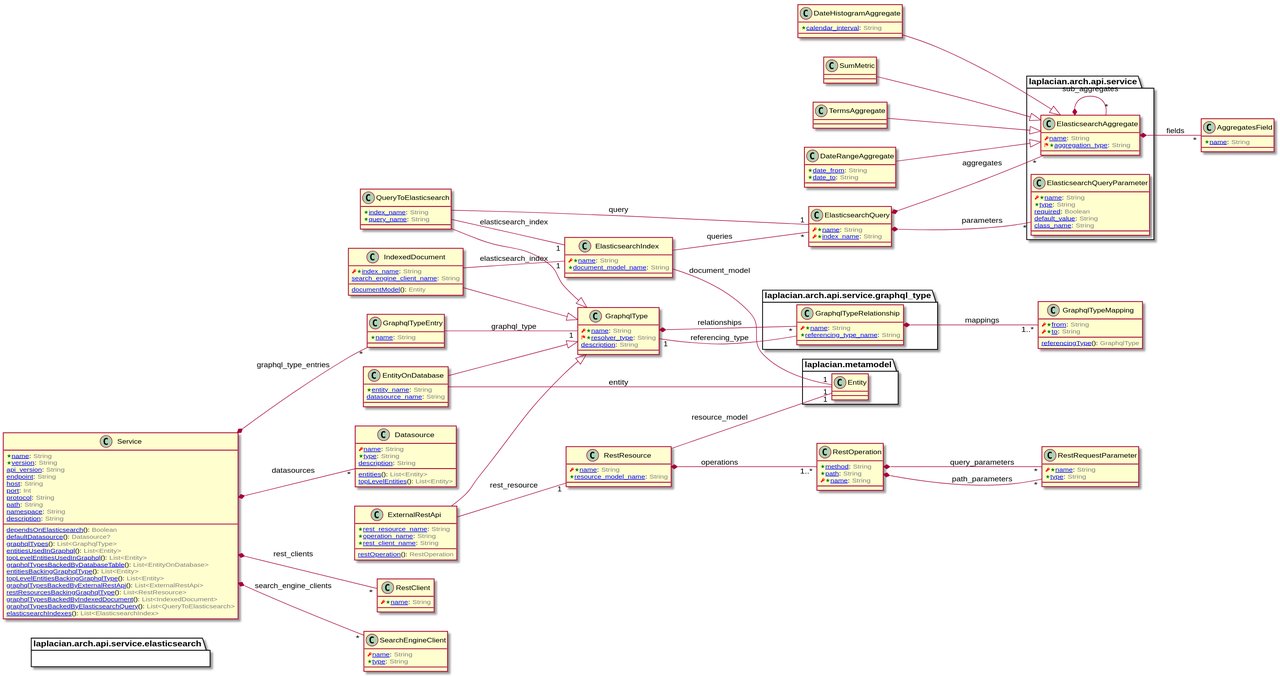
The PlantUML diagram doc/image/model-diagram.svg in laplacian-arch/api-service.domain-model, before a commit.
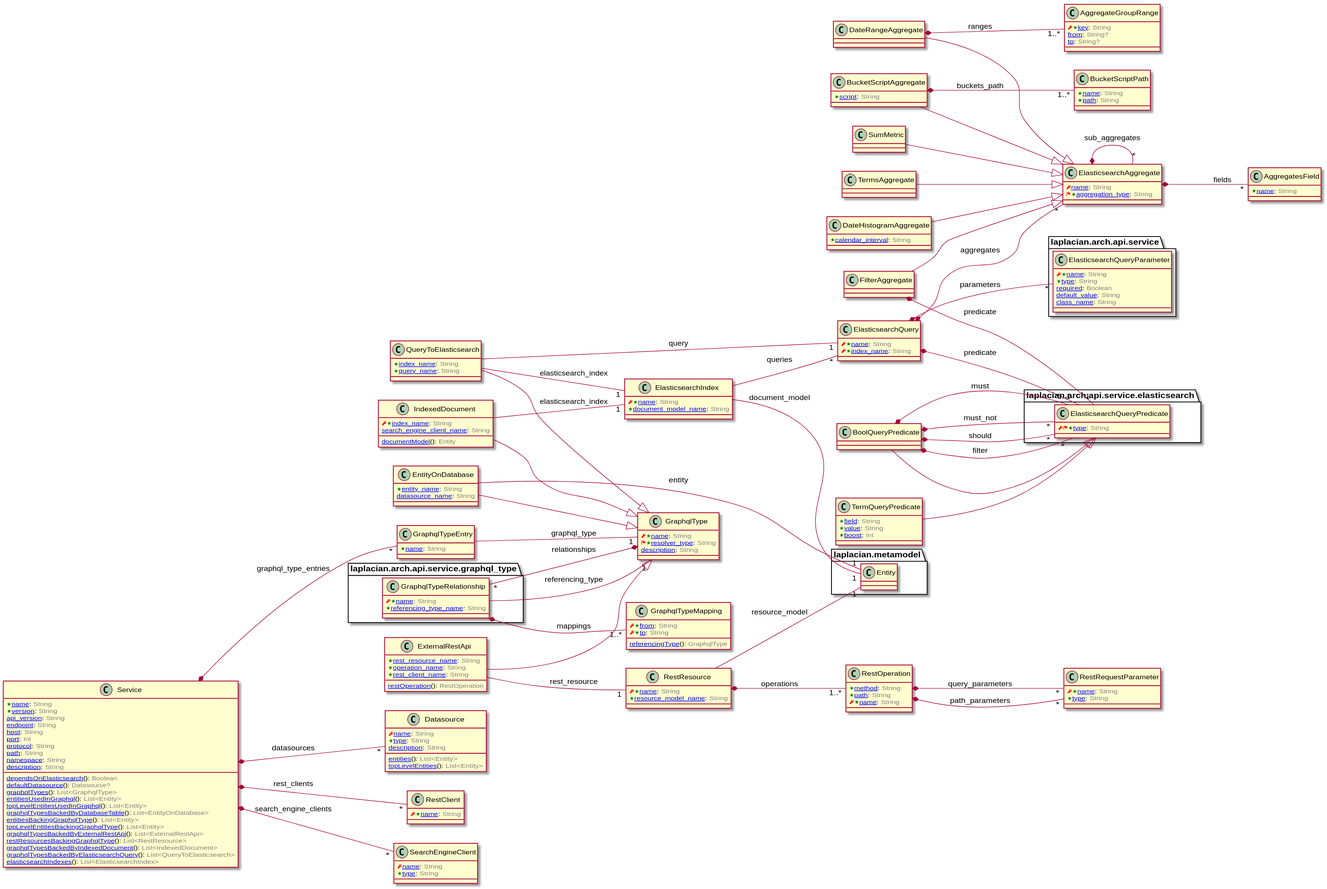
The same diagram one commit later.

What changed in the source:
```diff
@@ -1,5 +1,133 @@
 @startuml
 left to right direction
+
+
+class BucketScriptAggregate [[/blob/master/doc/entities/BucketScriptAggregate.md]] {
+  <color:Green><&star></color>[[/blob/master/doc/entities/BucketScriptAggregate.md#script-string script]]: <color:GRAY>String</color>
+}
+
+BucketScriptAggregate --|> ElasticsearchAggregate
+
+
+
+
+
+
+
+BucketScriptAggregate *-- "1..*" BucketScriptPath : buckets_path
+
+
+
+
+class BucketScriptPath [[/blob/master/doc/entities/BucketScriptPath.md]] {
+  <color:Green><&star></color>[[/blob/master/doc/entities/BucketScriptPath.md#name-string name]]: <color:GRAY>String</color>
+  <color:Green><&star></color>[[/blob/master/doc/entities/BucketScriptPath.md#path-string path]]: <color:GRAY>String</color>
+}
+
+
+
+
+class DateHistogramAggregate [[/blob/master/doc/entities/DateHistogramAggregate.md]] {
+  <color:Green><&star></color>[[/blob/master/doc/entities/DateHistogramAggregate.md#calendar_interval-string calendar_interval]]: <color:GRAY>String</color>
+}
+
+DateHistogramAggregate --|> ElasticsearchAggregate
+
+
+
+
+
+class DateRangeAggregate [[/blob/master/doc/entities/DateRangeAggregate.md]] {
+}
+
+DateRangeAggregate --|> ElasticsearchAggregate
+
+
+
+
+
+
+
+DateRangeAggregate *-- "1..*" AggregateGroupRange : ranges
+
+
+
+
+class AggregateGroupRange [[/blob/master/doc/entities/AggregateGroupRange.md]] {
+  <color:RED><&key></color><color:Green><&star></color>[[/blob/master/doc/entities/AggregateGroupRange.md#key-string key]]: <color:GRAY>String</color>
+  [[/blob/master/doc/entities/AggregateGroupRange.md#from-string from]]: <color:GRAY>String?</color>
+  [[/blob/master/doc/entities/AggregateGroupRange.md#to-string to]]: <color:GRAY>String?</color>
+}
+
+
+
+
+class FilterAggregate [[/blob/master/doc/entities/FilterAggregate.md]] {
+}
+
+FilterAggregate --|> ElasticsearchAggregate
+
+
+
+
+
+
+package laplacian.arch.api.service.elasticsearch {
+  class ElasticsearchQueryPredicate {
+  }
+}
+
+
+FilterAggregate *-- "1" ElasticsearchQueryPredicate : predicate
+
+
+
+
+class SumMetric [[/blob/master/doc/entities/SumMetric.md]] {
+}
+
+SumMetric --|> ElasticsearchAggregate
+
+
+
+
+
+class TermsAggregate [[/blob/master/doc/entities/TermsAggregate.md]] {
+}
+
+TermsAggregate --|> ElasticsearchAggregate
+
+
+
+
+
+class ElasticsearchAggregate [[/blob/master/doc/entities/ElasticsearchAggregate.md]] {
+  <color:RED><&key></color>[[/blob/master/doc/entities/ElasticsearchAggregate.md#name-string name]]: <color:GRAY>String</color>
+  <color:RED><&flag></color><color:Green><&star></color>[[/blob/master/doc/entities/ElasticsearchAggregate.md#aggregation_type-string aggregation_type]]: <color:GRAY>String</color>
+}
+
+
+
+
+
+
+ElasticsearchAggregate *-- "*" AggregatesField : fields
+
+
+
+
+
+
+ElasticsearchAggregate *-- "*" ElasticsearchAggregate : sub_aggregates
+
+
+
+
+class AggregatesField [[/blob/master/doc/entities/AggregatesField.md]] {
+  <color:Green><&star></color>[[/blob/master/doc/entities/AggregatesField.md#name-string name]]: <color:GRAY>String</color>
+}
+
+
 
 
 class ElasticsearchIndex [[/blob/master/doc/entities/ElasticsearchIndex.md]] {
@@ -29,10 +157,24 @@
 
 
 
+class ElasticsearchQueryPredicate [[/blob/master/doc/entities/ElasticsearchQueryPredicate.md]] {
+  <color:RED><&key></color><color:RED><&flag></color><color:Green><&star></color>[[/blob/master/doc/entities/ElasticsearchQueryPredicate.md#type-string type]]: <color:GRAY>String</color>
+}
+
+
+
+
 class ElasticsearchQuery [[/blob/master/doc/entities/ElasticsearchQuery.md]] {
   <color:RED><&key></color><color:Green><&star></color>[[/blob/master/doc/entities/ElasticsearchQuery.md#name-string name]]: <color:GRAY>String</color>
   <color:RED><&key></color><color:Green><&star></color>[[/blob/master/doc/entities/ElasticsearchQuery.md#index_name-string index_name]]: <color:GRAY>String</color>
 }
+
+
+
+
+
+
+ElasticsearchQuery *-- "0..1" ElasticsearchQueryPredicate : predicate
 
 
 
@@ -72,69 +214,50 @@
 
 
 
-class ElasticsearchAggregate [[/blob/master/doc/entities/ElasticsearchAggregate.md]] {
-  <color:RED><&key></color>[[/blob/master/doc/entities/ElasticsearchAggregate.md#name-string name]]: <color:GRAY>String</color>
-  <color:RED><&flag></color><color:Green><&star></color>[[/blob/master/doc/entities/ElasticsearchAggregate.md#aggregation_type-string aggregation_type]]: <color:GRAY>String</color>
+class BoolQueryPredicate [[/blob/master/doc/entities/BoolQueryPredicate.md]] {
 }
+
+BoolQueryPredicate --|> ElasticsearchQueryPredicate
 
 
 
 
 
 
-ElasticsearchAggregate *-- "*" AggregatesField : fields
+
+BoolQueryPredicate *-- "*" ElasticsearchQueryPredicate : must
 
 
 
 
 
 
-ElasticsearchAggregate *-- "*" ElasticsearchAggregate : sub_aggregates
-
-
-
-
-class AggregatesField [[/blob/master/doc/entities/AggregatesField.md]] {
-  <color:Green><&star></color>[[/blob/master/doc/entities/AggregatesField.md#name-string name]]: <color:GRAY>String</color>
-}
-
-
-
-
-class TermsAggregate [[/blob/master/doc/entities/TermsAggregate.md]] {
-}
-
-TermsAggregate --|> ElasticsearchAggregate
+BoolQueryPredicate *-- "*" ElasticsearchQueryPredicate : must_not
 
 
 
 
 
-class DateRangeAggregate [[/blob/master/doc/entities/DateRangeAggregate.md]] {
-  <color:Green><&star></color>[[/blob/master/doc/entities/DateRangeAggregate.md#date_from-string date_from]]: <color:GRAY>String</color>
-  <color:Green><&star></color>[[/blob/master/doc/entities/DateRangeAggregate.md#date_to-string date_to]]: <color:GRAY>String</color>
-}
 
-DateRangeAggregate --|> ElasticsearchAggregate
+BoolQueryPredicate *-- "*" ElasticsearchQueryPredicate : should
 
 
 
 
 
-class DateHistogramAggregate [[/blob/master/doc/entities/DateHistogramAggregate.md]] {
-  <color:Green><&star></color>[[/blob/master/doc/entities/DateHistogramAggregate.md#calendar_interval-string calendar_interval]]: <color:GRAY>String</color>
-}
 
-DateHistogramAggregate --|> ElasticsearchAggregate
+BoolQueryPredicate *-- "*" ElasticsearchQueryPredicate : filter
 
 
 
 
-
-class SumMetric [[/blob/master/doc/entities/SumMetric.md]] {
+class TermQueryPredicate [[/blob/master/doc/entities/TermQueryPredicate.md]] {
+  <color:Green><&star></color>[[/blob/master/doc/entities/TermQueryPredicate.md#field-string field]]: <color:GRAY>String</color>
+  <color:Green><&star></color>[[/blob/master/doc/entities/TermQueryPredicate.md#value-string value]]: <color:GRAY>String</color>
+  <color:Green><&star></color>[[/blob/master/doc/entities/TermQueryPredicate.md#boost-int boost]]: <color:GRAY>Int</color>
 }
 
-SumMetric --|> ElasticsearchAggregate
+TermQueryPredicate --|> ElasticsearchQueryPredicate
 
 
 
```
